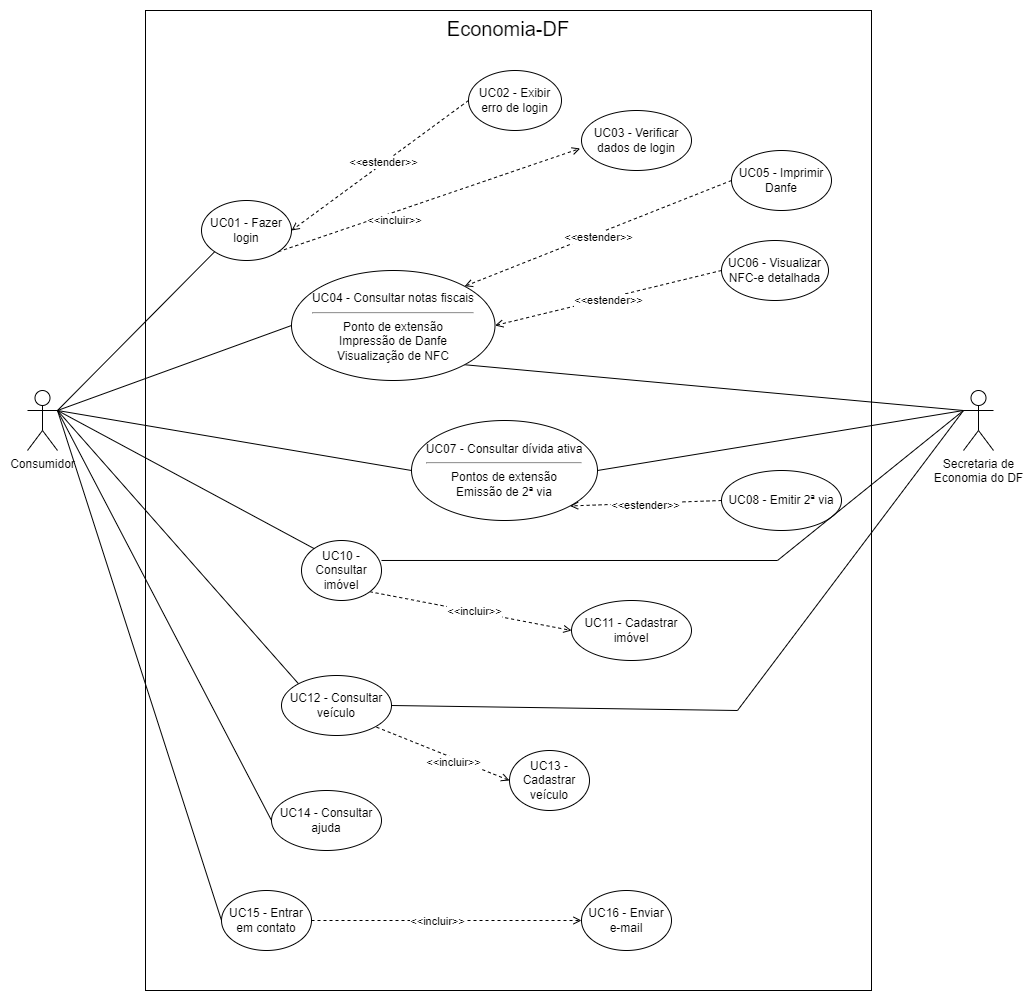
Earlier version of the draw.io export docs/imagens/diagrama-caso-de-uso.drawio.png (Requisitos-de-Software/2023.2-Economia-DF). Source tidied: cells renumbered, new cells last; positions are measured from the earlier drawing's top-left corner, leaving out a move shared by most shapes. Its diagram source:
```xml
<mxGraphModel>
  <root>
    <mxCell id="0" />
    <mxCell id="1" parent="0" />
    <mxCell id="2" value="&lt;font style=&quot;font-size: 20px;&quot;&gt;Economia-DF&lt;/font&gt;" style="rounded=0;whiteSpace=wrap;html=1;verticalAlign=top;" parent="1" vertex="1">
      <mxGeometry x="118" width="726" height="980" as="geometry" />
    </mxCell>
    <mxCell id="3" style="rounded=0;jettySize=auto;html=1;exitX=1;exitY=0.3333333333333333;exitDx=0;exitDy=0;exitPerimeter=0;entryX=0;entryY=1;entryDx=0;entryDy=0;endArrow=none;endFill=0;" parent="1" edge="1" source="9" target="12">
      <mxGeometry relative="1" as="geometry" />
    </mxCell>
    <mxCell id="4" style="edgeStyle=none;shape=connector;rounded=0;jettySize=auto;html=1;exitX=1;exitY=0.3333333333333333;exitDx=0;exitDy=0;exitPerimeter=0;entryX=0;entryY=0.5;entryDx=0;entryDy=0;labelBackgroundColor=default;strokeColor=default;align=center;verticalAlign=middle;fontFamily=Helvetica;fontSize=11;fontColor=default;endArrow=none;endFill=0;" parent="1" edge="1" source="9" target="13">
      <mxGeometry relative="1" as="geometry" />
    </mxCell>
    <mxCell id="5" style="edgeStyle=none;shape=connector;rounded=0;jettySize=auto;html=1;exitX=1;exitY=0.3333333333333333;exitDx=0;exitDy=0;exitPerimeter=0;entryX=0;entryY=0;entryDx=0;entryDy=0;labelBackgroundColor=default;strokeColor=default;align=center;verticalAlign=middle;fontFamily=Helvetica;fontSize=11;fontColor=default;endArrow=none;endFill=0;" parent="1" edge="1" source="9" target="14">
      <mxGeometry relative="1" as="geometry" />
    </mxCell>
    <mxCell id="6" style="edgeStyle=none;shape=connector;rounded=0;jettySize=auto;html=1;exitX=1;exitY=0.3333333333333333;exitDx=0;exitDy=0;exitPerimeter=0;entryX=0;entryY=0.5;entryDx=0;entryDy=0;labelBackgroundColor=default;strokeColor=default;align=center;verticalAlign=middle;fontFamily=Helvetica;fontSize=11;fontColor=default;endArrow=none;endFill=0;" parent="1" edge="1" source="9" target="15">
      <mxGeometry relative="1" as="geometry" />
    </mxCell>
    <mxCell id="7" style="edgeStyle=none;shape=connector;rounded=0;jettySize=auto;html=1;exitX=1;exitY=0.3333333333333333;exitDx=0;exitDy=0;exitPerimeter=0;entryX=0;entryY=0.5;entryDx=0;entryDy=0;labelBackgroundColor=default;strokeColor=default;align=center;verticalAlign=middle;fontFamily=Helvetica;fontSize=11;fontColor=default;endArrow=none;endFill=0;" parent="1" edge="1" source="9" target="18">
      <mxGeometry relative="1" as="geometry" />
    </mxCell>
    <mxCell id="8" style="edgeStyle=none;shape=connector;rounded=0;jettySize=auto;html=1;exitX=1;exitY=0.3333333333333333;exitDx=0;exitDy=0;exitPerimeter=0;entryX=0;entryY=0.5;entryDx=0;entryDy=0;labelBackgroundColor=default;strokeColor=default;align=center;verticalAlign=middle;fontFamily=Helvetica;fontSize=11;fontColor=default;endArrow=none;endFill=0;" parent="1" edge="1" source="9" target="19">
      <mxGeometry relative="1" as="geometry" />
    </mxCell>
    <mxCell id="9" value="Consumidor" style="shape=umlActor;verticalLabelPosition=bottom;verticalAlign=top;html=1;outlineConnect=0;" parent="1" vertex="1">
      <mxGeometry y="380" width="30" height="60" as="geometry" />
    </mxCell>
    <mxCell id="10" style="edgeStyle=none;shape=connector;rounded=0;jettySize=auto;html=1;exitX=0;exitY=0.3333333333333333;exitDx=0;exitDy=0;exitPerimeter=0;entryX=1;entryY=1;entryDx=0;entryDy=0;labelBackgroundColor=default;strokeColor=default;align=center;verticalAlign=middle;fontFamily=Helvetica;fontSize=11;fontColor=default;endArrow=none;endFill=0;" parent="1" edge="1" source="11" target="13">
      <mxGeometry relative="1" as="geometry" />
    </mxCell>
    <mxCell id="11" value="Secretaria de &lt;br&gt;Economia do DF" style="shape=umlActor;verticalLabelPosition=bottom;verticalAlign=top;html=1;outlineConnect=0;" parent="1" vertex="1">
      <mxGeometry x="936" y="380" width="30" height="60" as="geometry" />
    </mxCell>
    <mxCell id="12" value="UC01 - Fazer login" style="ellipse;whiteSpace=wrap;html=1;" parent="1" vertex="1">
      <mxGeometry x="174" y="190" width="90" height="60" as="geometry" />
    </mxCell>
    <mxCell id="13" value="&lt;br&gt;UC04 - Consultar notas fiscais&lt;br&gt;&lt;hr&gt;Ponto de extensão&lt;br&gt;Impressão de Danfe&lt;br&gt;Visualização de NFC" style="ellipse;whiteSpace=wrap;html=1;verticalAlign=top;" parent="1" vertex="1">
      <mxGeometry x="264" y="260" width="203.5" height="110" as="geometry" />
    </mxCell>
    <mxCell id="14" value="UC12 - Consultar veículo" style="ellipse;whiteSpace=wrap;html=1;" parent="1" vertex="1">
      <mxGeometry x="254" y="665" width="110" height="60" as="geometry" />
    </mxCell>
    <mxCell id="15" value="UC07 - Consultar dívida ativa&lt;hr&gt;Pontos de extensão&lt;br&gt;Emissão de 2ª via" style="ellipse;whiteSpace=wrap;html=1;" parent="1" vertex="1">
      <mxGeometry x="384" y="410" width="186" height="100" as="geometry" />
    </mxCell>
    <mxCell id="16" style="shape=connector;rounded=0;jettySize=auto;html=1;exitX=1;exitY=0.5;exitDx=0;exitDy=0;entryX=0;entryY=0.5;entryDx=0;entryDy=0;labelBackgroundColor=default;strokeColor=default;align=center;verticalAlign=middle;fontFamily=Helvetica;fontSize=11;fontColor=default;endArrow=open;endFill=0;dashed=1;" parent="1" edge="1" source="18" target="25">
      <mxGeometry relative="1" as="geometry" />
    </mxCell>
    <mxCell id="17" value="&amp;lt;&amp;lt;incluir&amp;gt;&amp;gt;" style="edgeLabel;html=1;align=center;verticalAlign=middle;fontSize=11;fontFamily=Helvetica;fontColor=default;" parent="16" vertex="1">
      <mxGeometry x="-0.07" y="-4" relative="1" as="geometry">
        <mxPoint y="-4" as="offset" />
      </mxGeometry>
    </mxCell>
    <mxCell id="18" value="UC15 - Entrar em contato" style="ellipse;whiteSpace=wrap;html=1;" parent="1" vertex="1">
      <mxGeometry x="194" y="880" width="90" height="60" as="geometry" />
    </mxCell>
    <mxCell id="19" value="UC14 - Consultar ajuda" style="ellipse;whiteSpace=wrap;html=1;" parent="1" vertex="1">
      <mxGeometry x="244" y="780" width="110" height="60" as="geometry" />
    </mxCell>
    <mxCell id="20" style="edgeStyle=none;rounded=0;jettySize=auto;html=1;exitX=1;exitY=0.5;exitDx=0;exitDy=0;entryX=0;entryY=0.3333333333333333;entryDx=0;entryDy=0;entryPerimeter=0;endArrow=none;endFill=0;" parent="1" edge="1" source="15" target="11">
      <mxGeometry relative="1" as="geometry" />
    </mxCell>
    <mxCell id="21" style="edgeStyle=none;shape=connector;rounded=0;jettySize=auto;html=1;exitX=0;exitY=0.5;exitDx=0;exitDy=0;entryX=1;entryY=0.5;entryDx=0;entryDy=0;labelBackgroundColor=default;strokeColor=default;align=center;verticalAlign=middle;fontFamily=Helvetica;fontSize=11;fontColor=default;endArrow=open;endFill=0;dashed=1;startArrow=none;startFill=0;" parent="1" edge="1" source="23" target="12">
      <mxGeometry relative="1" as="geometry" />
    </mxCell>
    <mxCell id="22" value="&amp;lt;&amp;lt;estender&amp;gt;&amp;gt;" style="edgeLabel;html=1;align=center;verticalAlign=middle;fontSize=11;fontFamily=Helvetica;fontColor=default;" parent="21" vertex="1">
      <mxGeometry x="-0.06" y="4" relative="1" as="geometry">
        <mxPoint x="-6" y="-3" as="offset" />
      </mxGeometry>
    </mxCell>
    <mxCell id="23" value="UC02 - Exibir erro de login" style="ellipse;whiteSpace=wrap;html=1;" parent="1" vertex="1">
      <mxGeometry x="441" y="60" width="93" height="60" as="geometry" />
    </mxCell>
    <mxCell id="24" value="UC03 - Verificar dados de login" style="ellipse;whiteSpace=wrap;html=1;" parent="1" vertex="1">
      <mxGeometry x="554" y="100" width="110" height="60" as="geometry" />
    </mxCell>
    <mxCell id="25" value="UC16 - Enviar e-mail" style="ellipse;whiteSpace=wrap;html=1;" parent="1" vertex="1">
      <mxGeometry x="554" y="880" width="90" height="60" as="geometry" />
    </mxCell>
    <mxCell id="26" style="edgeStyle=none;shape=connector;rounded=0;jettySize=auto;html=1;exitX=0;exitY=0.5;exitDx=0;exitDy=0;entryX=1;entryY=0;entryDx=0;entryDy=0;labelBackgroundColor=default;strokeColor=default;align=center;verticalAlign=middle;fontFamily=Helvetica;fontSize=11;fontColor=default;endArrow=open;endFill=0;dashed=1;" parent="1" edge="1" source="28" target="13">
      <mxGeometry relative="1" as="geometry" />
    </mxCell>
    <mxCell id="27" value="&amp;lt;&amp;lt;estender&amp;gt;&amp;gt;" style="edgeLabel;html=1;align=center;verticalAlign=middle;fontSize=11;fontFamily=Helvetica;fontColor=default;" parent="26" vertex="1">
      <mxGeometry x="0.01" y="1" relative="1" as="geometry">
        <mxPoint y="1" as="offset" />
      </mxGeometry>
    </mxCell>
    <mxCell id="28" value="UC05 - Imprimir Danfe" style="ellipse;whiteSpace=wrap;html=1;" parent="1" vertex="1">
      <mxGeometry x="704" y="140" width="100" height="60" as="geometry" />
    </mxCell>
    <mxCell id="29" style="rounded=0;jettySize=auto;html=1;exitX=1;exitY=1;exitDx=0;exitDy=0;entryX=-0.012;entryY=0.633;entryDx=0;entryDy=0;entryPerimeter=0;labelBackgroundColor=default;strokeColor=default;align=center;verticalAlign=middle;fontFamily=Helvetica;fontSize=11;fontColor=default;endArrow=open;endFill=0;dashed=1;" parent="1" edge="1" source="12" target="24">
      <mxGeometry relative="1" as="geometry" />
    </mxCell>
    <mxCell id="30" value="&amp;lt;&amp;lt;incluir&amp;gt;&amp;gt;" style="edgeLabel;html=1;align=center;verticalAlign=middle;fontSize=11;fontFamily=Helvetica;fontColor=default;" parent="29" vertex="1">
      <mxGeometry x="-0.32" y="-4" relative="1" as="geometry">
        <mxPoint x="12" y="-1" as="offset" />
      </mxGeometry>
    </mxCell>
    <mxCell id="31" value="UC06 - Visualizar NFC-e detalhada" style="ellipse;whiteSpace=wrap;html=1;" parent="1" vertex="1">
      <mxGeometry x="694" y="230" width="107" height="60" as="geometry" />
    </mxCell>
    <mxCell id="32" style="edgeStyle=none;shape=connector;rounded=0;jettySize=auto;html=1;exitX=0;exitY=0.5;exitDx=0;exitDy=0;entryX=1;entryY=0.5;entryDx=0;entryDy=0;labelBackgroundColor=default;strokeColor=default;align=center;verticalAlign=middle;fontFamily=Helvetica;fontSize=11;fontColor=default;endArrow=open;endFill=0;startArrow=none;startFill=0;dashed=1;" parent="1" edge="1" source="31" target="13">
      <mxGeometry relative="1" as="geometry" />
    </mxCell>
    <mxCell id="33" value="&amp;lt;&amp;lt;estender&amp;gt;&amp;gt;" style="edgeLabel;html=1;align=center;verticalAlign=middle;fontSize=11;fontFamily=Helvetica;fontColor=default;" parent="32" vertex="1">
      <mxGeometry x="0.01" y="1" relative="1" as="geometry" />
    </mxCell>
    <mxCell id="34" value="UC08 - Emitir 2ª via" style="ellipse;whiteSpace=wrap;html=1;" parent="1" vertex="1">
      <mxGeometry x="694" y="460" width="120" height="60" as="geometry" />
    </mxCell>
    <mxCell id="35" style="edgeStyle=none;shape=connector;rounded=0;jettySize=auto;html=1;exitX=0;exitY=0.5;exitDx=0;exitDy=0;labelBackgroundColor=default;strokeColor=default;align=center;verticalAlign=middle;fontFamily=Helvetica;fontSize=11;fontColor=default;endArrow=open;endFill=0;startArrow=none;startFill=0;dashed=1;entryX=1;entryY=1;entryDx=0;entryDy=0;" parent="1" edge="1" source="34" target="15">
      <mxGeometry relative="1" as="geometry" />
    </mxCell>
    <mxCell id="36" value="&amp;lt;&amp;lt;estender&amp;gt;&amp;gt;" style="edgeLabel;html=1;align=center;verticalAlign=middle;fontSize=11;fontFamily=Helvetica;fontColor=default;" parent="35" vertex="1">
      <mxGeometry x="0.01" y="1" relative="1" as="geometry" />
    </mxCell>
    <mxCell id="37" style="edgeStyle=none;shape=connector;rounded=0;jettySize=auto;html=1;exitX=1;exitY=1;exitDx=0;exitDy=0;entryX=0;entryY=0.5;entryDx=0;entryDy=0;labelBackgroundColor=default;strokeColor=default;align=center;verticalAlign=middle;fontFamily=Helvetica;fontSize=11;fontColor=default;endArrow=open;endFill=0;dashed=1;startArrow=none;startFill=0;" parent="1" edge="1" source="39" target="44">
      <mxGeometry relative="1" as="geometry" />
    </mxCell>
    <mxCell id="38" value="&amp;lt;&amp;lt;incluir&amp;gt;&amp;gt;" style="edgeLabel;html=1;align=center;verticalAlign=middle;fontSize=11;fontFamily=Helvetica;fontColor=default;" parent="37" vertex="1">
      <mxGeometry x="0.03" y="2" relative="1" as="geometry">
        <mxPoint y="1" as="offset" />
      </mxGeometry>
    </mxCell>
    <mxCell id="39" value="UC10 -Consultar imóvel" style="ellipse;whiteSpace=wrap;html=1;" parent="1" vertex="1">
      <mxGeometry x="274" y="530" width="80" height="60" as="geometry" />
    </mxCell>
    <mxCell id="40" style="edgeStyle=none;shape=connector;rounded=0;jettySize=auto;html=1;exitX=0;exitY=0.5;exitDx=0;exitDy=0;entryX=1;entryY=1;entryDx=0;entryDy=0;labelBackgroundColor=default;strokeColor=default;align=center;verticalAlign=middle;fontFamily=Helvetica;fontSize=11;fontColor=default;endArrow=none;endFill=0;startArrow=open;startFill=0;dashed=1;" parent="1" edge="1" source="42" target="14">
      <mxGeometry relative="1" as="geometry" />
    </mxCell>
    <mxCell id="41" value="&amp;lt;&amp;lt;incluir&amp;gt;&amp;gt;" style="edgeLabel;html=1;align=center;verticalAlign=middle;fontSize=11;fontFamily=Helvetica;fontColor=default;" parent="40" vertex="1">
      <mxGeometry x="-0.17" y="3" relative="1" as="geometry" />
    </mxCell>
    <mxCell id="42" value="UC13 - Cadastrar veículo" style="ellipse;whiteSpace=wrap;html=1;" parent="1" vertex="1">
      <mxGeometry x="482" y="740" width="80" height="60" as="geometry" />
    </mxCell>
    <mxCell id="43" style="edgeStyle=none;shape=connector;rounded=0;jettySize=auto;html=1;exitX=0;exitY=0;exitDx=0;exitDy=0;entryX=1;entryY=0.3333333333333333;entryDx=0;entryDy=0;entryPerimeter=0;labelBackgroundColor=default;strokeColor=default;align=center;verticalAlign=middle;fontFamily=Helvetica;fontSize=11;fontColor=default;endArrow=none;endFill=0;" parent="1" edge="1" source="39" target="9">
      <mxGeometry relative="1" as="geometry" />
    </mxCell>
    <mxCell id="44" value="UC11 - Cadastrar imóvel" style="ellipse;whiteSpace=wrap;html=1;" parent="1" vertex="1">
      <mxGeometry x="544" y="590" width="120" height="60" as="geometry" />
    </mxCell>
    <mxCell id="45" style="edgeStyle=none;shape=connector;rounded=0;jettySize=auto;html=1;exitX=0;exitY=0.3333333333333333;exitDx=0;exitDy=0;exitPerimeter=0;entryX=1;entryY=0.333;entryDx=0;entryDy=0;entryPerimeter=0;labelBackgroundColor=default;strokeColor=default;align=center;verticalAlign=middle;fontFamily=Helvetica;fontSize=11;fontColor=default;endArrow=none;endFill=0;" parent="1" edge="1" source="11" target="39">
      <mxGeometry relative="1" as="geometry">
        <Array as="points">
          <mxPoint x="750" y="550" />
        </Array>
      </mxGeometry>
    </mxCell>
    <mxCell id="46" style="edgeStyle=none;shape=connector;rounded=0;jettySize=auto;html=1;exitX=1;exitY=0.5;exitDx=0;exitDy=0;entryX=0;entryY=0.3333333333333333;entryDx=0;entryDy=0;entryPerimeter=0;labelBackgroundColor=default;strokeColor=default;align=center;verticalAlign=middle;fontFamily=Helvetica;fontSize=11;fontColor=default;endArrow=none;endFill=0;" parent="1" edge="1" source="14" target="11">
      <mxGeometry relative="1" as="geometry">
        <Array as="points">
          <mxPoint x="710" y="700" />
        </Array>
      </mxGeometry>
    </mxCell>
  </root>
</mxGraphModel>
```
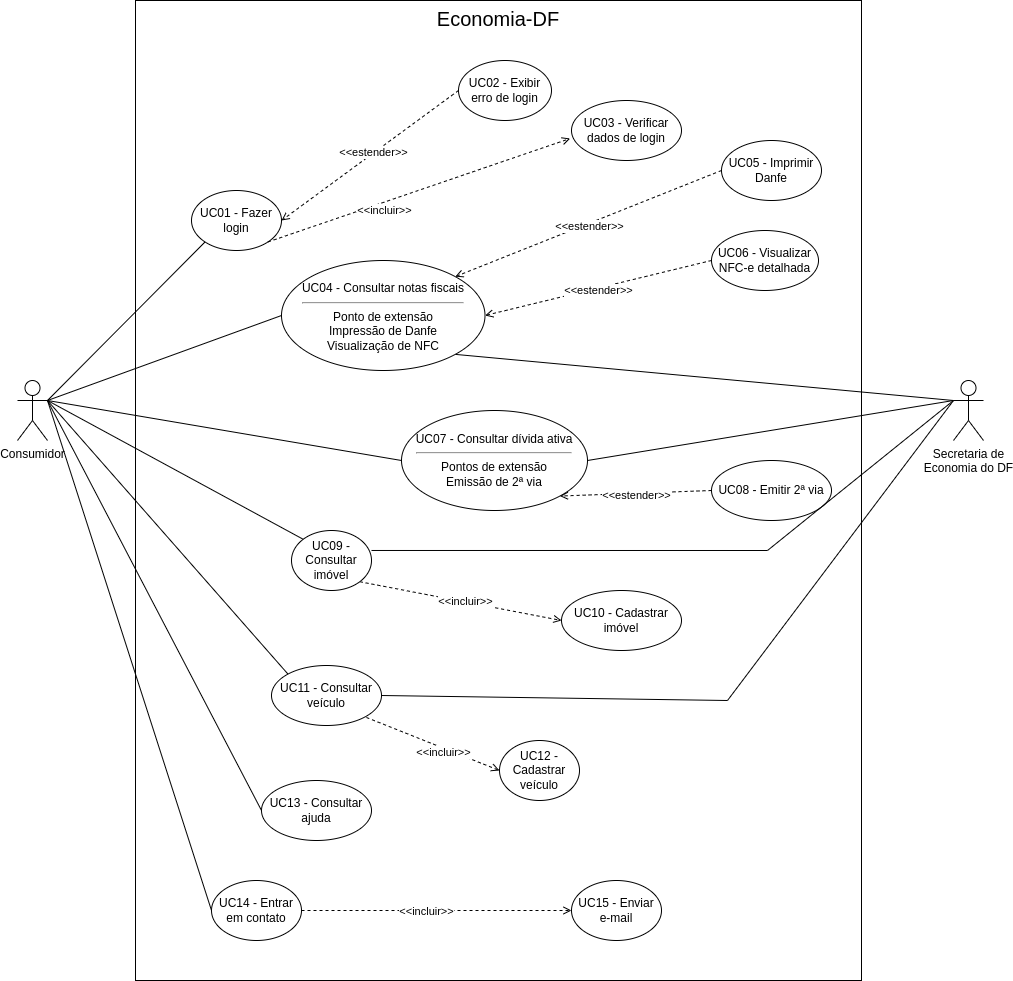
The same diagram one commit later.

The edit, as a diff of the source:
```diff
@@ -38,7 +38,7 @@
     <mxCell id="13" value="&lt;br&gt;UC04 - Consultar notas fiscais&lt;br&gt;&lt;hr&gt;Ponto de extensão&lt;br&gt;Impressão de Danfe&lt;br&gt;Visualização de NFC" style="ellipse;whiteSpace=wrap;html=1;verticalAlign=top;" parent="1" vertex="1">
       <mxGeometry x="264" y="260" width="203.5" height="110" as="geometry" />
     </mxCell>
-    <mxCell id="14" value="UC12 - Consultar veículo" style="ellipse;whiteSpace=wrap;html=1;" parent="1" vertex="1">
+    <mxCell id="14" value="UC11 - Consultar veículo" style="ellipse;whiteSpace=wrap;html=1;" parent="1" vertex="1">
       <mxGeometry x="254" y="665" width="110" height="60" as="geometry" />
     </mxCell>
     <mxCell id="15" value="UC07 - Consultar dívida ativa&lt;hr&gt;Pontos de extensão&lt;br&gt;Emissão de 2ª via" style="ellipse;whiteSpace=wrap;html=1;" parent="1" vertex="1">
@@ -52,10 +52,10 @@
         <mxPoint y="-4" as="offset" />
       </mxGeometry>
     </mxCell>
-    <mxCell id="18" value="UC15 - Entrar em contato" style="ellipse;whiteSpace=wrap;html=1;" parent="1" vertex="1">
+    <mxCell id="18" value="UC14 - Entrar em contato" style="ellipse;whiteSpace=wrap;html=1;" parent="1" vertex="1">
       <mxGeometry x="194" y="880" width="90" height="60" as="geometry" />
     </mxCell>
-    <mxCell id="19" value="UC14 - Consultar ajuda" style="ellipse;whiteSpace=wrap;html=1;" parent="1" vertex="1">
+    <mxCell id="19" value="UC13 - Consultar ajuda" style="ellipse;whiteSpace=wrap;html=1;" parent="1" vertex="1">
       <mxGeometry x="244" y="780" width="110" height="60" as="geometry" />
     </mxCell>
     <mxCell id="20" style="edgeStyle=none;rounded=0;jettySize=auto;html=1;exitX=1;exitY=0.5;exitDx=0;exitDy=0;entryX=0;entryY=0.3333333333333333;entryDx=0;entryDy=0;entryPerimeter=0;endArrow=none;endFill=0;" parent="1" edge="1" source="15" target="11">
@@ -75,7 +75,7 @@
     <mxCell id="24" value="UC03 - Verificar dados de login" style="ellipse;whiteSpace=wrap;html=1;" parent="1" vertex="1">
       <mxGeometry x="554" y="100" width="110" height="60" as="geometry" />
     </mxCell>
-    <mxCell id="25" value="UC16 - Enviar e-mail" style="ellipse;whiteSpace=wrap;html=1;" parent="1" vertex="1">
+    <mxCell id="25" value="UC15 - Enviar e-mail" style="ellipse;whiteSpace=wrap;html=1;" parent="1" vertex="1">
       <mxGeometry x="554" y="880" width="90" height="60" as="geometry" />
     </mxCell>
     <mxCell id="26" style="edgeStyle=none;shape=connector;rounded=0;jettySize=auto;html=1;exitX=0;exitY=0.5;exitDx=0;exitDy=0;entryX=1;entryY=0;entryDx=0;entryDy=0;labelBackgroundColor=default;strokeColor=default;align=center;verticalAlign=middle;fontFamily=Helvetica;fontSize=11;fontColor=default;endArrow=open;endFill=0;dashed=1;" parent="1" edge="1" source="28" target="13">
@@ -123,7 +123,7 @@
         <mxPoint y="1" as="offset" />
       </mxGeometry>
     </mxCell>
-    <mxCell id="39" value="UC10 -Consultar imóvel" style="ellipse;whiteSpace=wrap;html=1;" parent="1" vertex="1">
+    <mxCell id="39" value="UC09 -Consultar imóvel" style="ellipse;whiteSpace=wrap;html=1;" parent="1" vertex="1">
       <mxGeometry x="274" y="530" width="80" height="60" as="geometry" />
     </mxCell>
     <mxCell id="40" style="edgeStyle=none;shape=connector;rounded=0;jettySize=auto;html=1;exitX=0;exitY=0.5;exitDx=0;exitDy=0;entryX=1;entryY=1;entryDx=0;entryDy=0;labelBackgroundColor=default;strokeColor=default;align=center;verticalAlign=middle;fontFamily=Helvetica;fontSize=11;fontColor=default;endArrow=none;endFill=0;startArrow=open;startFill=0;dashed=1;" parent="1" edge="1" source="42" target="14">
@@ -132,13 +132,13 @@
     <mxCell id="41" value="&amp;lt;&amp;lt;incluir&amp;gt;&amp;gt;" style="edgeLabel;html=1;align=center;verticalAlign=middle;fontSize=11;fontFamily=Helvetica;fontColor=default;" parent="40" vertex="1">
       <mxGeometry x="-0.17" y="3" relative="1" as="geometry" />
     </mxCell>
-    <mxCell id="42" value="UC13 - Cadastrar veículo" style="ellipse;whiteSpace=wrap;html=1;" parent="1" vertex="1">
+    <mxCell id="42" value="UC12 - Cadastrar veículo" style="ellipse;whiteSpace=wrap;html=1;" parent="1" vertex="1">
       <mxGeometry x="482" y="740" width="80" height="60" as="geometry" />
     </mxCell>
     <mxCell id="43" style="edgeStyle=none;shape=connector;rounded=0;jettySize=auto;html=1;exitX=0;exitY=0;exitDx=0;exitDy=0;entryX=1;entryY=0.3333333333333333;entryDx=0;entryDy=0;entryPerimeter=0;labelBackgroundColor=default;strokeColor=default;align=center;verticalAlign=middle;fontFamily=Helvetica;fontSize=11;fontColor=default;endArrow=none;endFill=0;" parent="1" edge="1" source="39" target="9">
       <mxGeometry relative="1" as="geometry" />
     </mxCell>
-    <mxCell id="44" value="UC11 - Cadastrar imóvel" style="ellipse;whiteSpace=wrap;html=1;" parent="1" vertex="1">
+    <mxCell id="44" value="UC10 - Cadastrar imóvel" style="ellipse;whiteSpace=wrap;html=1;" parent="1" vertex="1">
       <mxGeometry x="544" y="590" width="120" height="60" as="geometry" />
     </mxCell>
     <mxCell id="45" style="edgeStyle=none;shape=connector;rounded=0;jettySize=auto;html=1;exitX=0;exitY=0.3333333333333333;exitDx=0;exitDy=0;exitPerimeter=0;entryX=1;entryY=0.333;entryDx=0;entryDy=0;entryPerimeter=0;labelBackgroundColor=default;strokeColor=default;align=center;verticalAlign=middle;fontFamily=Helvetica;fontSize=11;fontColor=default;endArrow=none;endFill=0;" parent="1" edge="1" source="11" target="39">
```
